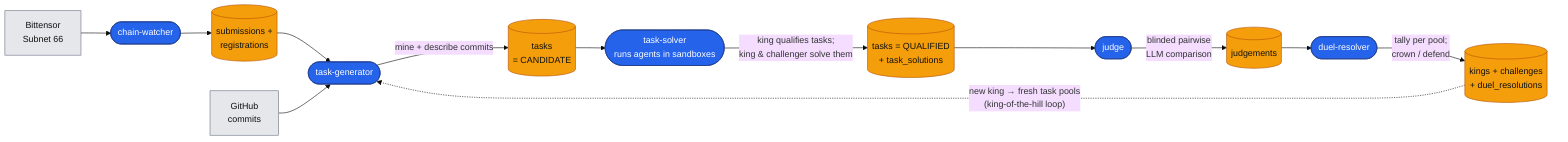
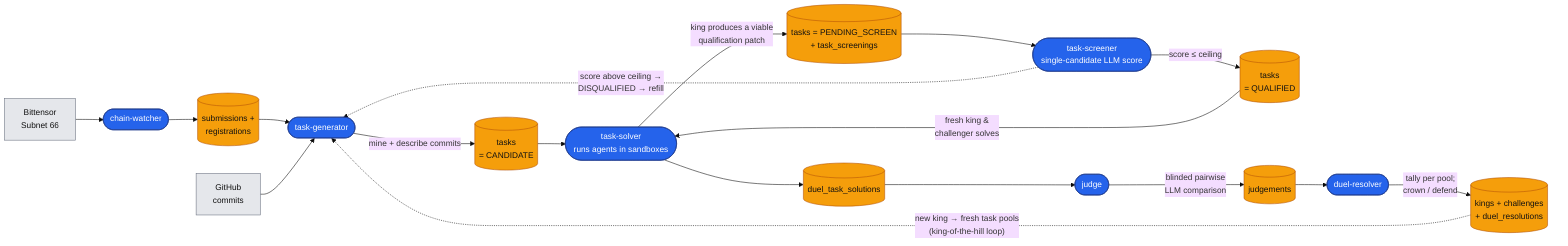
%%{init: {"theme": "base", "themeVariables": {"fontSize": "15px"}}}%%
flowchart LR
    chain["Bittensor<br/>Subnet 66"]
    gh["GitHub<br/>commits"]

    cw(["chain-watcher"])
    tg(["task-generator"])
    ts(["task-solver<br/>runs agents in sandboxes"])
+     sc(["task-screener<br/>single-candidate LLM score"])
    jd(["judge"])
    dr(["duel-resolver"])

    subm[("submissions +<br/>registrations")]
    tasks[("tasks<br/>= CANDIDATE")]
-     solved[("tasks = QUALIFIED<br/>+ task_solutions")]
+     screening[("tasks = PENDING_SCREEN<br/>+ task_screenings")]
+     qualified[("tasks<br/>= QUALIFIED")]
+     solutions[("duel_task_solutions")]
    judg[("judgements")]
    reign[("kings + challenges<br/>+ duel_resolutions")]

    chain --> cw --> subm
    subm --> tg
    gh --> tg
    tg -->|"mine + describe commits"| tasks
    tasks --> ts
-     ts -->|"king qualifies tasks;<br/>king &amp; challenger solve them"| solved
-     solved --> jd
+     ts -->|"king produces a viable<br/>qualification patch"| screening
+     screening --> sc
+     sc -->|"score ≤ ceiling"| qualified
+     sc -.->|"score above ceiling →<br/>DISQUALIFIED → refill"| tg
+     qualified -->|"fresh king &amp;<br/>challenger solves"| ts
+     ts --> solutions
+     solutions --> jd
    jd -->|"blinded pairwise<br/>LLM comparison"| judg
    judg --> dr
    dr -->|"tally per pool;<br/>crown / defend"| reign
    reign -.->|"new king → fresh task pools<br/>(king-of-the-hill loop)"| tg

    classDef worker fill:#2563eb,stroke:#1e3a8a,color:#fff;
    classDef store fill:#f59e0b,stroke:#b45309,color:#111;
    classDef ext fill:#e5e7eb,stroke:#6b7280,color:#111;
-     class cw,tg,ts,jd,dr worker;
-     class subm,tasks,solved,judg,reign store;
+     class cw,tg,ts,sc,jd,dr worker;
+     class subm,tasks,screening,qualified,solutions,judg,reign store;
    class chain,gh ext;
